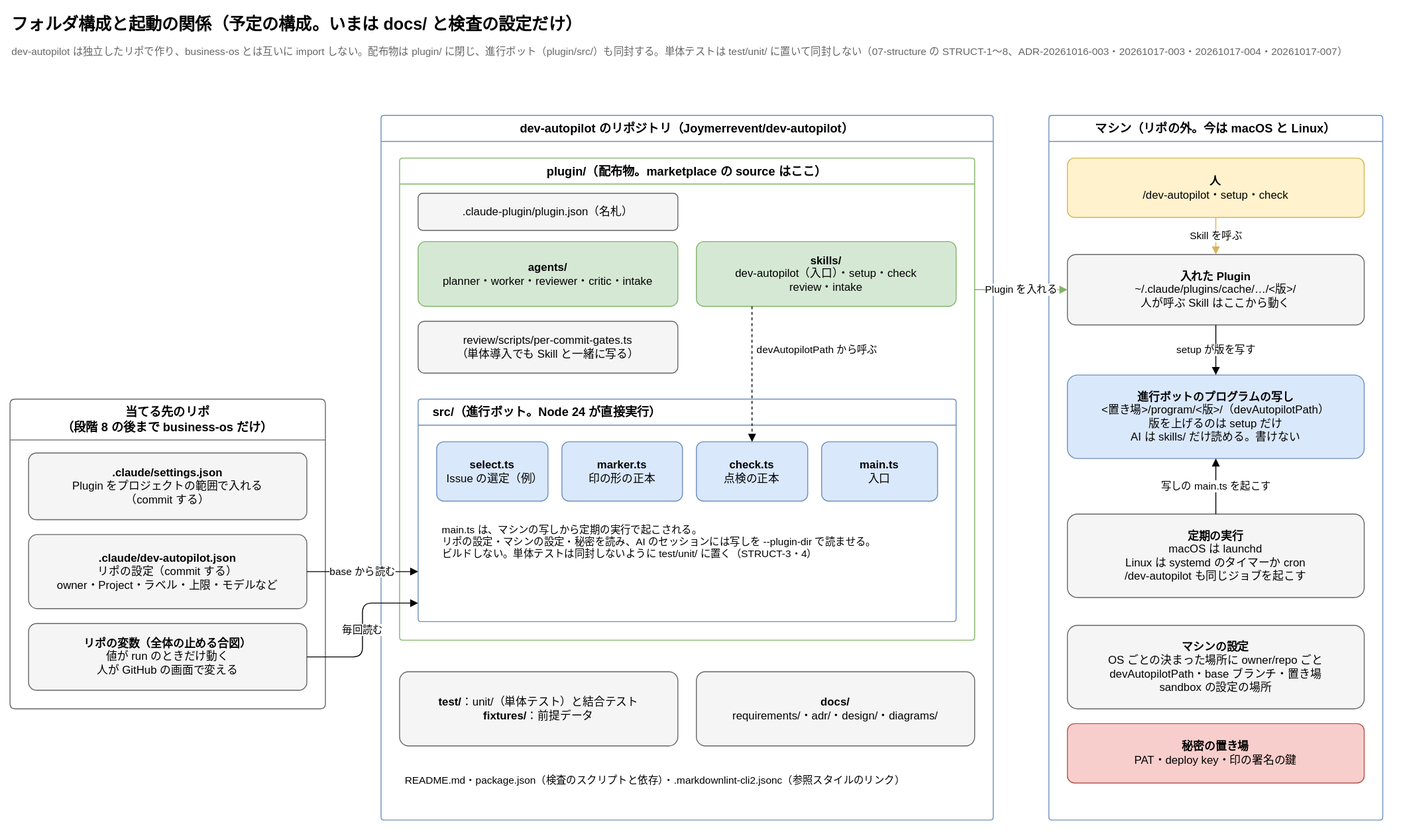
Before: docs/diagrams/structure.drawio.svg, a diagram exported from draw.io (Joymerrevent/dev-autopilot). Source tidied: cells renumbered, new cells last; positions are measured from the earlier drawing's top-left corner, leaving out a move shared by most shapes.
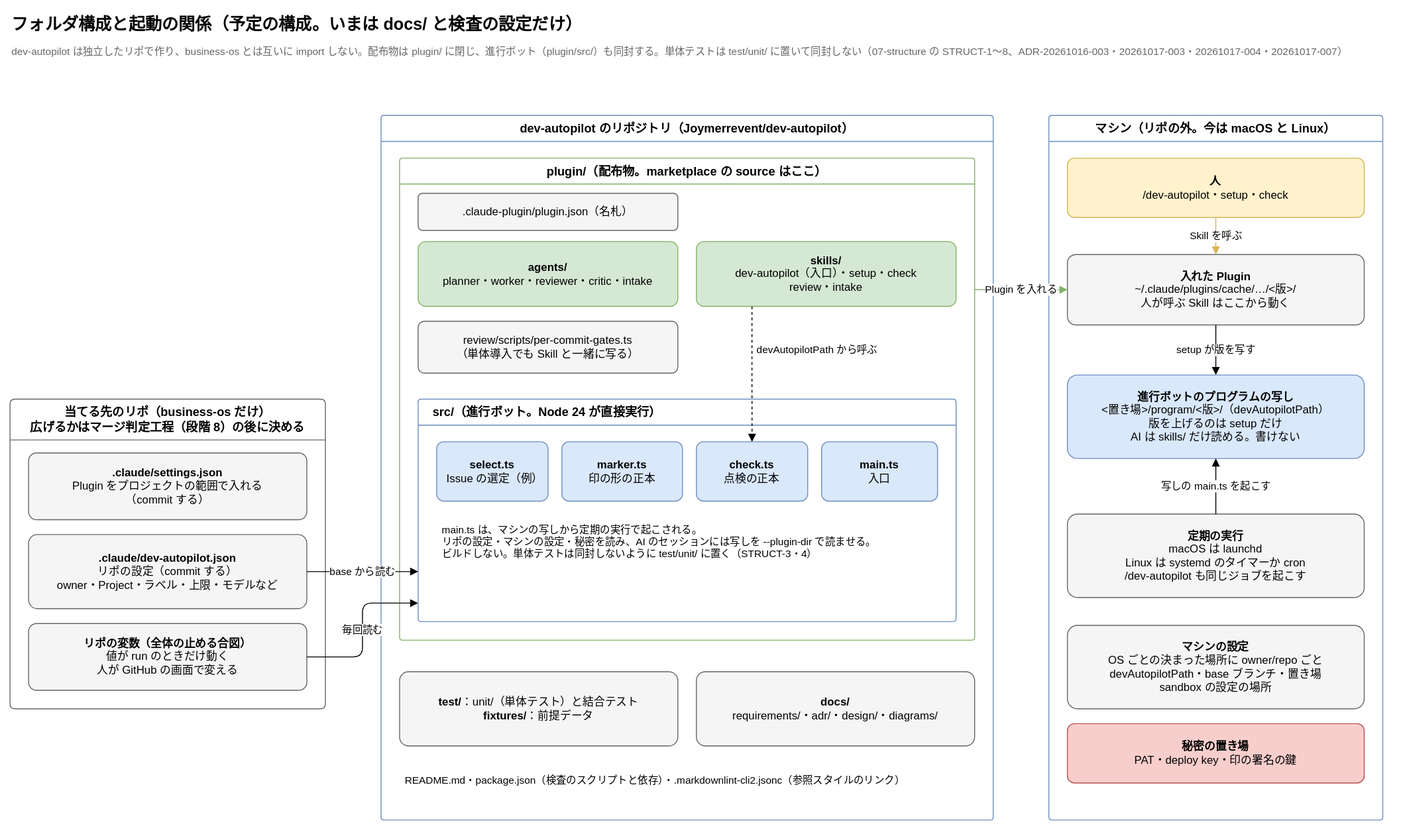
The same diagram one commit later.

Commit message:
docs: 図の段階を、段階の表の名前と番号の組で書く

要件の直しに合わせて図を直す。

- Issue の流れ：マージ判定工程の帯を段階の表に合わせて（段階 8）にし、
  修正工程（段階 7）では判定を記録だけに残すことを帯の文に書く。帯の文の
  「段階 7 まで」「段階 8 から」も名前と番号の組にする。副題は並列化（段階 9）
- フォルダ構成と起動：当てる先のリポの見出しを「当てる先のリポ（business-os だけ）／
  広げるかはマージ判定工程（段階 8）の後に決める」にする

Claude-Session: https://claude.ai/code/session_01D2kLkcEcZNwH8m2GL2g2Lt

What changed in the source:
```diff
@@ -8,7 +8,7 @@
     <mxCell id="3" value="dev-autopilot は独立したリポで作り、business-os とは互いに import しない。配布物は plugin/ に閉じ、進行ボット（plugin/src/）も同封する。単体テストは test/unit/ に置いて同封しない（07-structure の STRUCT-1〜8、ADR-20261016-003・20261017-003・20261017-004・20261017-007）" style="text;html=1;whiteSpace=wrap;align=left;verticalAlign=top;fontSize=11;fontColor=#666666;" parent="1" vertex="1">
       <mxGeometry y="32" width="1480" height="22" as="geometry" />
     </mxCell>
-    <mxCell id="4" value="当てる先のリポ&lt;br&gt;（段階 8 の後まで business-os だけ）" style="swimlane;startSize=44;html=1;whiteSpace=wrap;rounded=1;arcSize=4;fontStyle=1;fontSize=13;strokeColor=#666666;fillColor=none;swimlaneFillColor=none;" parent="1" vertex="1">
+    <mxCell id="4" value="当てる先のリポ（business-os だけ）&lt;br&gt;広げるかはマージ判定工程（段階 8）の後に決める" style="swimlane;startSize=44;html=1;whiteSpace=wrap;rounded=1;arcSize=4;fontStyle=1;fontSize=13;strokeColor=#666666;fillColor=none;swimlaneFillColor=none;" parent="1" vertex="1">
       <mxGeometry y="420" width="340" height="334" as="geometry" />
     </mxCell>
     <mxCell id="5" value="&lt;b&gt;.claude/settings.json&lt;/b&gt;&lt;br&gt;Plugin をプロジェクトの範囲で入れる&lt;br&gt;（commit する）" style="rounded=1;whiteSpace=wrap;html=1;fontSize=12;arcSize=12;fillColor=#f5f5f5;strokeColor=#666666;spacing=12;" parent="4" vertex="1">
```
